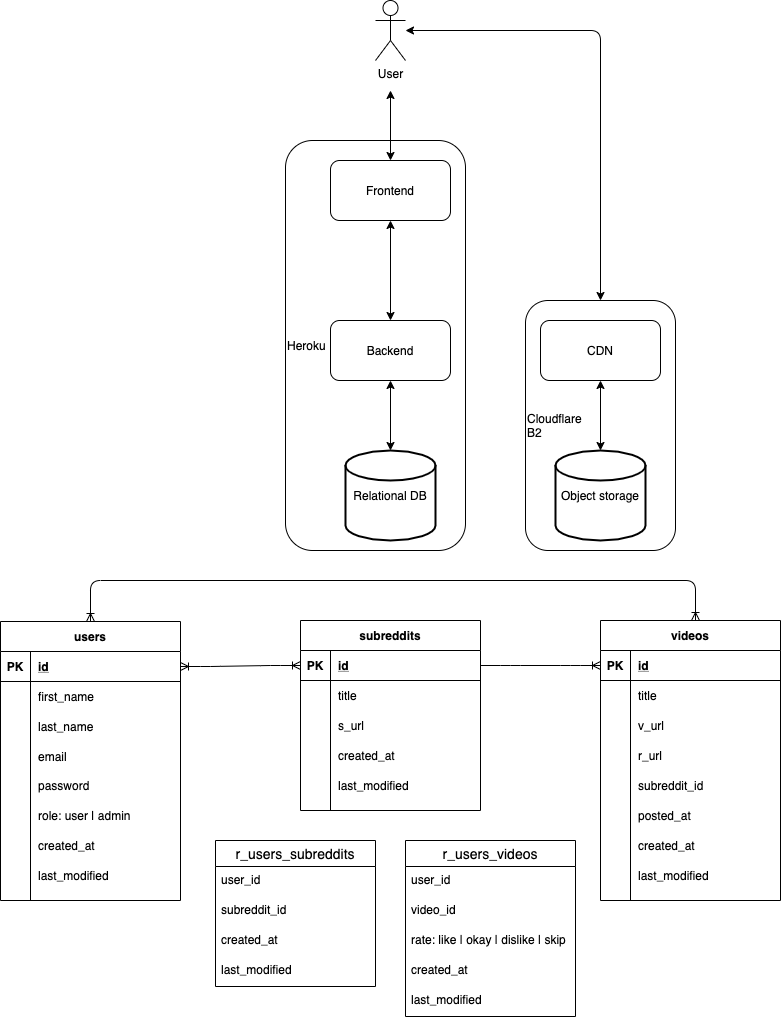
This is system-design.png from kzkaneoka/reddit-short-videos, a draw.io export, as it was before one commit. Source tidied: cells renumbered, new cells last; positions are measured from the earlier drawing's top-left corner, leaving out a move shared by most shapes.
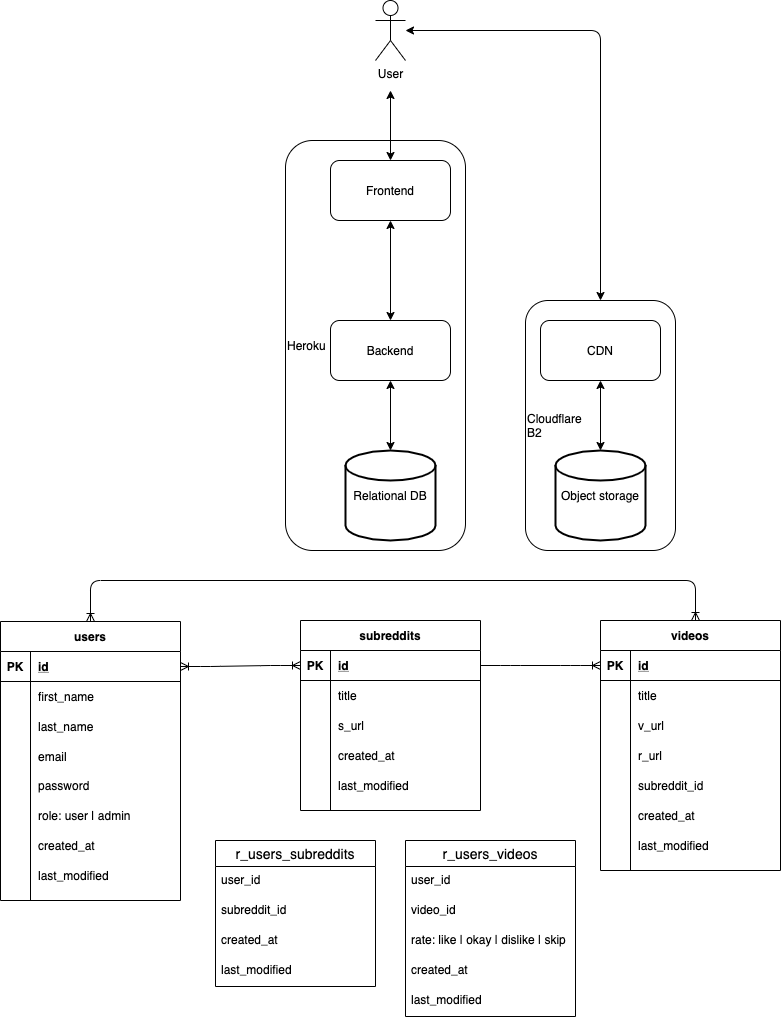
The same diagram one commit later.

The edit, as a diff of the source:
```diff
@@ -147,7 +147,7 @@
       <mxGeometry x="30" width="150" height="30" as="geometry" />
     </mxCell>
     <mxCell id="50" value="videos" style="shape=table;startSize=30;rowLines=0;fontStyle=1;align=center;" parent="1" vertex="1">
-      <mxGeometry x="600" y="620" width="180" height="280" as="geometry" />
+      <mxGeometry x="600" y="620" width="180" height="250" as="geometry" />
     </mxCell>
     <mxCell id="51" style="shape=partialRectangle;fillColor=none;top=0;left=0;bottom=1;right=0;points=[[0,0.5],[1,0.5]];portConstraint=eastwest;" parent="50" vertex="1">
       <mxGeometry y="30" width="180" height="30" as="geometry" />
@@ -194,17 +194,8 @@
     <mxCell id="65" value="subreddit_id" style="shape=partialRectangle;fillColor=none;top=0;left=0;bottom=0;right=0;align=left;spacingLeft=6;overflow=hidden;" parent="63" vertex="1">
       <mxGeometry x="30" width="150" height="30" as="geometry" />
     </mxCell>
-    <mxCell id="66" style="shape=partialRectangle;fillColor=none;top=0;left=0;bottom=0;right=0;" parent="50" vertex="1">
-      <mxGeometry y="180" width="180" height="30" as="geometry" />
-    </mxCell>
-    <mxCell id="67" style="shape=partialRectangle;fillColor=none;top=0;left=0;bottom=0;right=0;overflow=hidden;" parent="66" vertex="1">
-      <mxGeometry width="30" height="30" as="geometry" />
-    </mxCell>
-    <mxCell id="68" value="posted_at" style="shape=partialRectangle;fillColor=none;top=0;left=0;bottom=0;right=0;align=left;spacingLeft=6;overflow=hidden;" parent="66" vertex="1">
-      <mxGeometry x="30" width="150" height="30" as="geometry" />
-    </mxCell>
     <mxCell id="69" style="shape=partialRectangle;fillColor=none;top=0;left=0;bottom=0;right=0;" parent="50" vertex="1">
-      <mxGeometry y="210" width="180" height="30" as="geometry" />
+      <mxGeometry y="180" width="180" height="30" as="geometry" />
     </mxCell>
     <mxCell id="70" style="shape=partialRectangle;fillColor=none;top=0;left=0;bottom=0;right=0;overflow=hidden;" parent="69" vertex="1">
       <mxGeometry width="30" height="30" as="geometry" />
@@ -213,7 +204,7 @@
       <mxGeometry x="30" width="150" height="30" as="geometry" />
     </mxCell>
     <mxCell id="72" style="shape=partialRectangle;fillColor=none;top=0;left=0;bottom=0;right=0;" parent="50" vertex="1">
-      <mxGeometry y="240" width="180" height="30" as="geometry" />
+      <mxGeometry y="210" width="180" height="30" as="geometry" />
     </mxCell>
     <mxCell id="73" style="shape=partialRectangle;fillColor=none;top=0;left=0;bottom=0;right=0;overflow=hidden;" parent="72" vertex="1">
       <mxGeometry width="30" height="30" as="geometry" />
```
